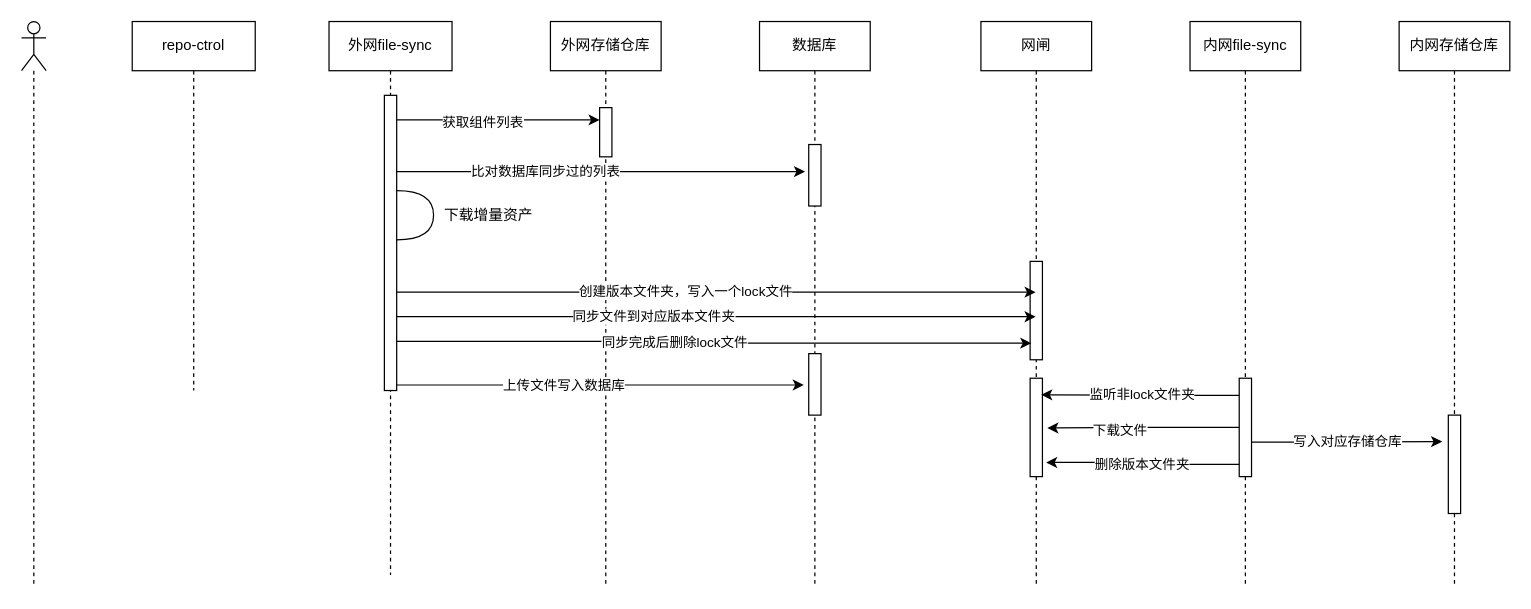
Above: page "第 10 页" (9 of 12) of ProductRepository.drawio in zzl-code/drawImg (draw.io), before the change. Source tidied: cells renumbered, new cells numbered last; positions are measured from the earlier drawing's top-left corner, leaving out a move shared by most shapes. Both pictures are drawn from the tidied source at 123%, with x=0, y=0 at pixel (21, 21).
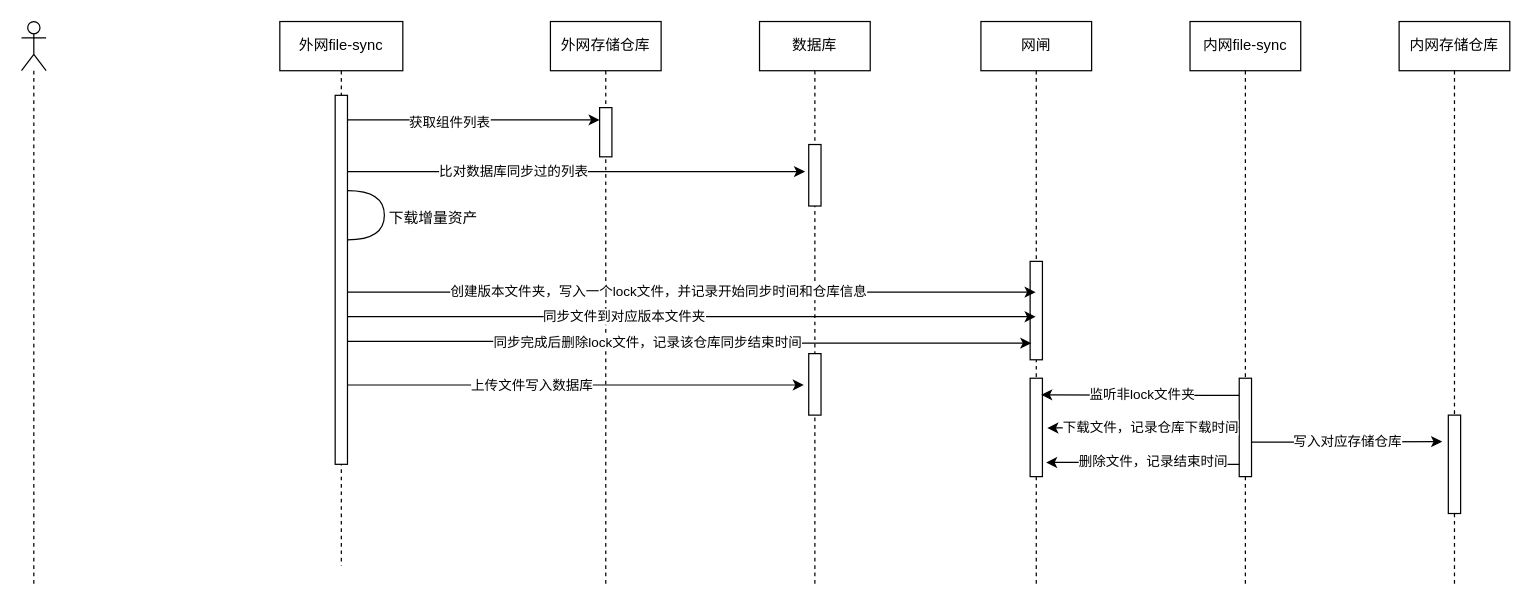
Above is the later version.

Unchanged cells that the change refers to:
```xml
<mxCell id="13" style="html=1;points=[];perimeter=orthogonalPerimeter;" parent="11" vertex="1">
  <mxGeometry x="40" y="290" width="10" height="80" as="geometry" />
</mxCell>
<mxCell id="15" style="html=1;points=[];perimeter=orthogonalPerimeter;" parent="14" vertex="1">
  <mxGeometry x="40" y="290" width="10" height="80" as="geometry" />
</mxCell>
<mxCell id="22" style="edgeStyle=orthogonalEdgeStyle;rounded=0;jettySize=auto;html=1;" parent="1" edge="1" source="3" target="11">
  <mxGeometry relative="1" as="geometry">
    <Array as="points">
      <mxPoint x="690" y="220" />
      <mxPoint x="690" y="220" />
    </Array>
  </mxGeometry>
</mxCell>
<mxCell id="26" style="edgeStyle=orthogonalEdgeStyle;rounded=0;jettySize=auto;html=1;entryX=0.1;entryY=0.831;entryDx=0;entryDy=0;entryPerimeter=0;" parent="1" edge="1" source="3" target="12">
  <mxGeometry relative="1" as="geometry">
    <Array as="points">
      <mxPoint x="563" y="260" />
      <mxPoint x="563" y="262" />
    </Array>
  </mxGeometry>
</mxCell>
<mxCell id="30" style="edgeStyle=orthogonalEdgeStyle;rounded=0;jettySize=auto;html=1;entryX=1.4;entryY=0.506;entryDx=0;entryDy=0;entryPerimeter=0;" parent="1" edge="1" source="15" target="13">
  <mxGeometry relative="1" as="geometry" />
</mxCell>
```

Change to the diagram source:
```diff
@@
     <mxCell id="2" value="外网file-sync" style="shape=umlLifeline;perimeter=lifelinePerimeter;whiteSpace=wrap;html=1;" parent="1" vertex="1">
-      <mxGeometry x="250" width="100" height="450" as="geometry" />
+      <mxGeometry x="210" width="100" height="442.5" as="geometry" />
     </mxCell>
     <mxCell id="3" style="html=1;points=[];perimeter=orthogonalPerimeter;" parent="2" vertex="1">
-      <mxGeometry x="45" y="60" width="10" height="240" as="geometry" />
+      <mxGeometry x="45" y="60" width="10" height="300" as="geometry" />
     </mxCell>
@@
-    <mxCell id="5" value="下载增量资产" style="text;html=1;strokeColor=none;fillColor=none;align=center;verticalAlign=middle;whiteSpace=wrap;rounded=0;" parent="2" vertex="1">
-      <mxGeometry x="90" y="145" width="80" height="25" as="geometry" />
-    </mxCell>
@@
-    <mxCell id="23" value="创建版本文件夹，写入一个lock文件" style="edgeLabel;html=1;align=center;verticalAlign=middle;" parent="22" vertex="1">
+    <mxCell id="23" value="创建版本文件夹，写入一个lock文件，并记录开始同步时间和仓库信息" style="edgeLabel;html=1;align=center;verticalAlign=middle;" parent="22" vertex="1">
       <mxGeometry x="-0.1" y="2" relative="1" as="geometry">
         <mxPoint y="1" as="offset" />
       </mxGeometry>
     </mxCell>
@@
-    <mxCell id="27" value="同步完成后删除lock文件" style="edgeLabel;html=1;align=center;verticalAlign=middle;" parent="26" vertex="1">
+    <mxCell id="27" value="同步完成后删除lock文件，记录该仓库同步结束时间" style="edgeLabel;html=1;align=center;verticalAlign=middle;" parent="26" vertex="1">
       <mxGeometry x="-0.13" y="1" relative="1" as="geometry">
         <mxPoint y="1" as="offset" />
       </mxGeometry>
     </mxCell>
@@
-    <mxCell id="31" value="下载文件" style="edgeLabel;html=1;align=center;verticalAlign=middle;" parent="30" vertex="1">
-      <mxGeometry x="0.25" y="2" relative="1" as="geometry" />
+    <mxCell id="31" value="下载文件，记录仓库下载时间" style="edgeLabel;html=1;align=center;verticalAlign=middle;" parent="30" vertex="1">
+      <mxGeometry x="0.25" y="2" relative="1" as="geometry">
+        <mxPoint x="25" y="-3" as="offset" />
+      </mxGeometry>
     </mxCell>
@@
-    <mxCell id="33" value="删除版本文件夹" style="edgeStyle=orthogonalEdgeStyle;rounded=0;jettySize=auto;html=1;entryX=1.3;entryY=0.856;entryDx=0;entryDy=0;entryPerimeter=0;" parent="1" edge="1" source="15" target="13">
-      <mxGeometry relative="1" as="geometry">
+    <mxCell id="33" value="删除文件，记录结束时间" style="edgeStyle=orthogonalEdgeStyle;rounded=0;jettySize=auto;html=1;entryX=1.3;entryY=0.856;entryDx=0;entryDy=0;entryPerimeter=0;" parent="1" edge="1" source="15" target="13">
+      <mxGeometry x="-0.12" y="-2" relative="1" as="geometry">
         <Array as="points">
           <mxPoint x="910" y="360" />
           <mxPoint x="910" y="359" />
         </Array>
       </mxGeometry>
     </mxCell>
@@
-    <mxCell id="37" value="repo-ctrol" style="shape=umlLifeline;perimeter=lifelinePerimeter;whiteSpace=wrap;html=1;" parent="1" vertex="1">
-      <mxGeometry x="90" width="100" height="300" as="geometry" />
-    </mxCell>
+    <mxCell id="5" value="下载增量资产" style="text;html=1;strokeColor=none;fillColor=none;align=center;verticalAlign=middle;whiteSpace=wrap;rounded=0;" parent="1" vertex="1">
+      <mxGeometry x="265" y="142.5" width="140" height="35" as="geometry" />
+    </mxCell>
```
